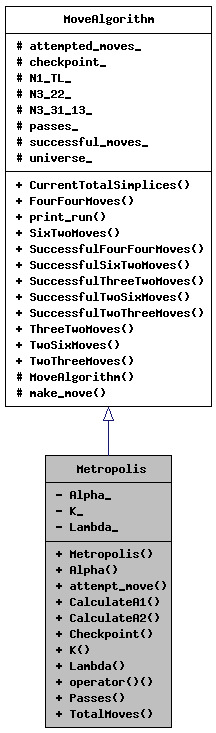
This is class_metropolis__inherit__graph.png from acgetchell/CDT-plusplus, a Graphviz export, as it was before one commit. Its source is kept beside it as class_metropolis__inherit__graph.dot. The source it was exported from:
```dot
digraph "Metropolis"
{
  edge [fontname="Helvetica",fontsize="10",labelfontname="Helvetica",labelfontsize="10"];
  node [fontname="Helvetica",fontsize="10",shape=record];
  Node1 [label="{Metropolis\n|- Alpha_\l- K_\l- Lambda_\l|+ Metropolis()\l+ Alpha()\l+ attempt_move()\l+ CalculateA1()\l+ CalculateA2()\l+ Checkpoint()\l+ K()\l+ Lambda()\l+ operator()()\l+ Passes()\l+ TotalMoves()\l}",height=0.2,width=0.4,color="black", fillcolor="grey75", style="filled", fontcolor="black",tooltip="Metropolis-Hastings algorithm function object."];
  Node2 -> Node1 [dir="back",color="midnightblue",fontsize="10",style="solid",arrowtail="onormal",fontname="Helvetica"];
  Node2 [label="{MoveAlgorithm\n|# attempted_moves_\l# checkpoint_\l# N1_TL_\l# N3_22_\l# N3_31_13_\l# passes_\l# successful_moves_\l# universe_\l|+ CurrentTotalSimplices()\l+ FourFourMoves()\l+ print_run()\l+ SixTwoMoves()\l+ SuccessfulFourFourMoves()\l+ SuccessfulSixTwoMoves()\l+ SuccessfulThreeTwoMoves()\l+ SuccessfulTwoSixMoves()\l+ SuccessfulTwoThreeMoves()\l+ ThreeTwoMoves()\l+ TwoSixMoves()\l+ TwoThreeMoves()\l# MoveAlgorithm()\l# make_move()\l}",height=0.2,width=0.4,color="black", fillcolor="white", style="filled",URL="$class_move_algorithm.html",tooltip="Base class for move algorithms."];
}
```
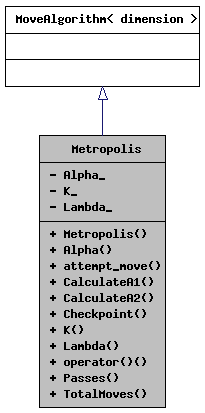
Later version of the same file.

Change to the diagram source:
```diff
@@ -4,5 +4,5 @@
   node [fontname="Helvetica",fontsize="10",shape=record];
   Node1 [label="{Metropolis\n|- Alpha_\l- K_\l- Lambda_\l|+ Metropolis()\l+ Alpha()\l+ attempt_move()\l+ CalculateA1()\l+ CalculateA2()\l+ Checkpoint()\l+ K()\l+ Lambda()\l+ operator()()\l+ Passes()\l+ TotalMoves()\l}",height=0.2,width=0.4,color="black", fillcolor="grey75", style="filled", fontcolor="black",tooltip="Metropolis-Hastings algorithm function object."];
   Node2 -> Node1 [dir="back",color="midnightblue",fontsize="10",style="solid",arrowtail="onormal",fontname="Helvetica"];
-  Node2 [label="{MoveAlgorithm\n|# attempted_moves_\l# checkpoint_\l# N1_TL_\l# N3_22_\l# N3_31_13_\l# passes_\l# successful_moves_\l# universe_\l|+ CurrentTotalSimplices()\l+ FourFourMoves()\l+ print_run()\l+ SixTwoMoves()\l+ SuccessfulFourFourMoves()\l+ SuccessfulSixTwoMoves()\l+ SuccessfulThreeTwoMoves()\l+ SuccessfulTwoSixMoves()\l+ SuccessfulTwoThreeMoves()\l+ ThreeTwoMoves()\l+ TwoSixMoves()\l+ TwoThreeMoves()\l# MoveAlgorithm()\l# make_move()\l}",height=0.2,width=0.4,color="black", fillcolor="white", style="filled",URL="$class_move_algorithm.html",tooltip="Base class for move algorithms."];
+  Node2 [label="{MoveAlgorithm\< dimension \>\n||}",height=0.2,width=0.4,color="black", fillcolor="white", style="filled",URL="$class_move_algorithm.html",tooltip=" "];
 }
```
